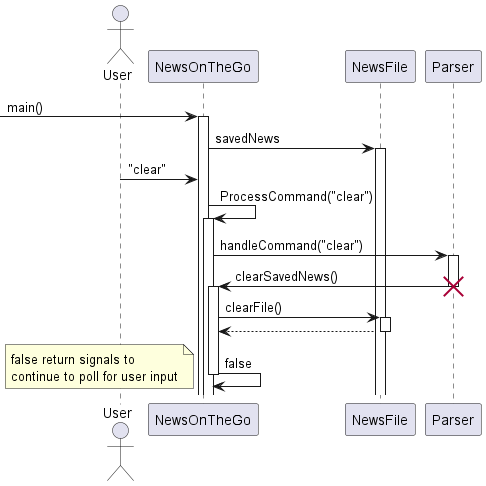
Earlier version of the PlantUML export docs/UML_Diagrams/example_scenario.png (AhmedShaiyan/tp). The source it was exported from:
```plantuml
@startuml
actor User

-> NewsOnTheGo: main()
activate NewsOnTheGo
NewsOnTheGo-> NewsFile: savedNews
activate NewsFile

User->NewsOnTheGo : "clear"

NewsOnTheGo->NewsOnTheGo: ProcessCommand("clear")
activate NewsOnTheGo

NewsOnTheGo->Parser: handleCommand("clear")
activate Parser

Parser->NewsOnTheGo: clearSavedNews()
deactivate Parser
destroy Parser
activate NewsOnTheGo
NewsOnTheGo->NewsFile: clearFile()
activate NewsFile
NewsFile-->NewsOnTheGo
deactivate NewsFile



NewsOnTheGo->NewsOnTheGo: false
note left
false return signals to
continue to poll for user input
end note
deactivate NewsOnTheGo


@enduml
```
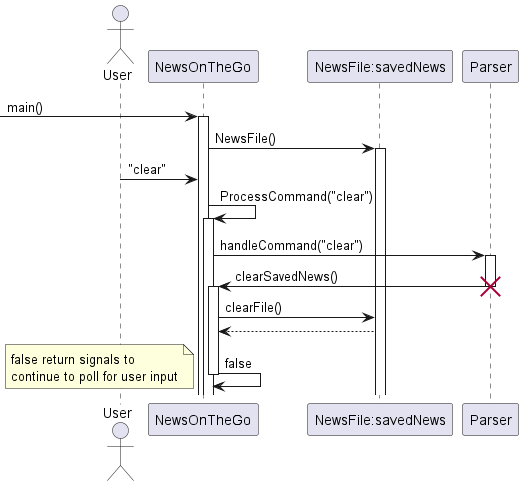
Above is the later version.

What changed in the source:
```diff
@@ -3,8 +3,8 @@
 
 -> NewsOnTheGo: main()
 activate NewsOnTheGo
-NewsOnTheGo-> NewsFile: savedNews
-activate NewsFile
+NewsOnTheGo-> "NewsFile:savedNews": NewsFile()
+activate "NewsFile:savedNews"
 
 User->NewsOnTheGo : "clear"
 
@@ -18,10 +18,9 @@
 deactivate Parser
 destroy Parser
 activate NewsOnTheGo
-NewsOnTheGo->NewsFile: clearFile()
-activate NewsFile
-NewsFile-->NewsOnTheGo
-deactivate NewsFile
+NewsOnTheGo->"NewsFile:savedNews": clearFile()
+
+"NewsFile:savedNews"-->NewsOnTheGo
 
 
 
```
